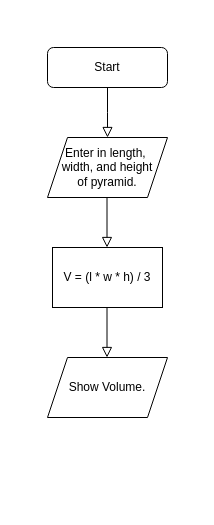
Earlier version of the draw.io diagram Flowchart-Unit3-02.drawio (Infinity-deGuzman/ICS2O-Unit3-02-HTML-User_Input). Source tidied: cells renumbered, new cells numbered last; positions are measured from the earlier drawing's top-left corner, leaving out a move shared by most shapes. Both pictures are drawn from the tidied source at 100%, with x=0, y=0 at pixel (47, 47).
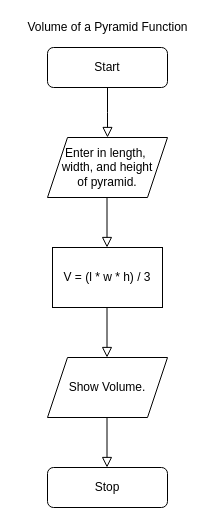
The same diagram, later.

The edit, as a diff of the source:
```diff
@@
 <mxGraphModel>
   <root>
     <mxCell id="0" />
     <mxCell id="1" parent="0" />
     <mxCell id="2" style="rounded=0;html=1;jettySize=auto;fontSize=11;endArrow=block;endFill=0;endSize=8;strokeWidth=1;shadow=0;labelBackgroundColor=none;edgeStyle=orthogonalEdgeStyle;" parent="1" edge="1" source="3">
       <mxGeometry relative="1" as="geometry">
         <mxPoint x="60" y="90" as="targetPoint" />
       </mxGeometry>
     </mxCell>
     <mxCell id="3" value="Start" style="rounded=1;whiteSpace=wrap;html=1;fontSize=12;glass=0;strokeWidth=1;shadow=0;" parent="1" vertex="1">
       <mxGeometry width="120" height="40" as="geometry" />
     </mxCell>
     <mxCell id="4" value="Enter in length,&amp;nbsp;&lt;br&gt;width, and height&lt;br&gt;of pyramid." style="shape=parallelogram;perimeter=parallelogramPerimeter;whiteSpace=wrap;html=1;fixedSize=1;" parent="1" vertex="1">
       <mxGeometry y="90" width="120" height="60" as="geometry" />
     </mxCell>
     <mxCell id="5" style="rounded=0;html=1;jettySize=auto;orthogonalLoop=1;fontSize=11;endArrow=block;endFill=0;endSize=8;strokeWidth=1;shadow=0;labelBackgroundColor=none;edgeStyle=orthogonalEdgeStyle;" parent="1" edge="1">
       <mxGeometry relative="1" as="geometry">
         <mxPoint x="59.5" y="150" as="sourcePoint" />
         <mxPoint x="59.5" y="200" as="targetPoint" />
       </mxGeometry>
     </mxCell>
     <mxCell id="6" value="V = (l * w * h) / 3" style="rounded=0;whiteSpace=wrap;html=1;" parent="1" vertex="1">
       <mxGeometry x="5" y="200" width="110" height="60" as="geometry" />
     </mxCell>
     <mxCell id="7" style="rounded=0;html=1;jettySize=auto;orthogonalLoop=1;fontSize=11;endArrow=block;endFill=0;endSize=8;strokeWidth=1;shadow=0;labelBackgroundColor=none;edgeStyle=orthogonalEdgeStyle;" parent="1" edge="1">
       <mxGeometry relative="1" as="geometry">
         <mxPoint x="59.5" y="260" as="sourcePoint" />
         <mxPoint x="59.5" y="310" as="targetPoint" />
       </mxGeometry>
     </mxCell>
     <mxCell id="8" value="Show Volume." style="shape=parallelogram;perimeter=parallelogramPerimeter;whiteSpace=wrap;html=1;fixedSize=1;" parent="1" vertex="1">
       <mxGeometry y="310" width="120" height="60" as="geometry" />
     </mxCell>
+    <mxCell id="9" value="Stop" style="rounded=1;whiteSpace=wrap;html=1;fontSize=12;glass=0;strokeWidth=1;shadow=0;" parent="1" vertex="1">
+      <mxGeometry y="420" width="120" height="40" as="geometry" />
+    </mxCell>
+    <mxCell id="10" style="rounded=0;html=1;jettySize=auto;orthogonalLoop=1;fontSize=11;endArrow=block;endFill=0;endSize=8;strokeWidth=1;shadow=0;labelBackgroundColor=none;edgeStyle=orthogonalEdgeStyle;" parent="1" edge="1">
+      <mxGeometry relative="1" as="geometry">
+        <mxPoint x="59.5" y="370" as="sourcePoint" />
+        <mxPoint x="59.5" y="420" as="targetPoint" />
+      </mxGeometry>
+    </mxCell>
+    <mxCell id="11" value="Volume of a Pyramid Function" style="text;html=1;align=center;verticalAlign=middle;strokeColor=none;" parent="1" vertex="1">
+      <mxGeometry x="-30" y="-30" width="180" height="20" as="geometry" />
+    </mxCell>
   </root>
 </mxGraphModel>
```
